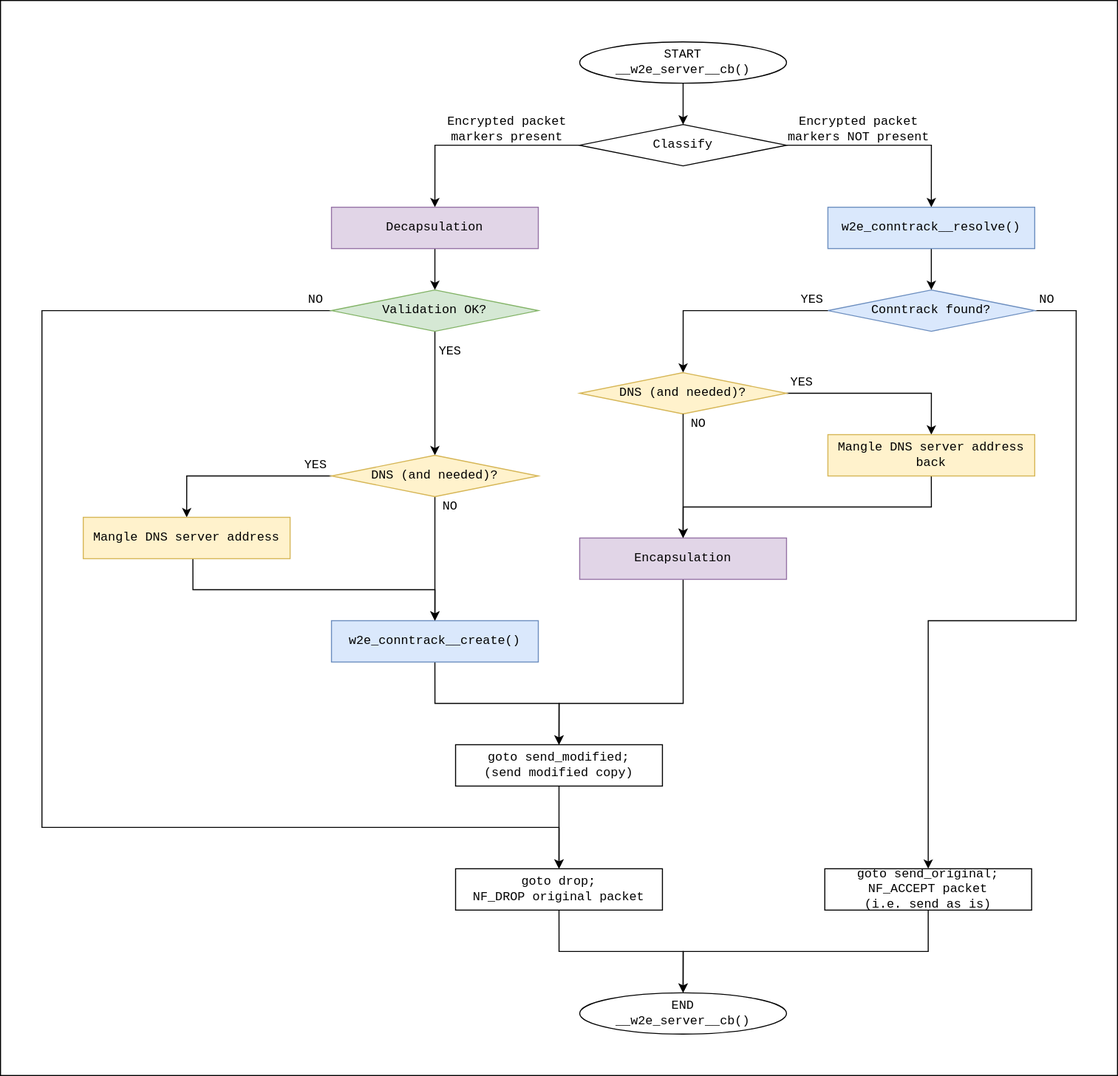
6uoMycop/W2E keeps this draw.io diagram as misc/w2e_scheme_server.svg. Above is the earlier version. Source tidied: cells renumbered, new cells last; positions are measured from the earlier drawing's top-left corner, leaving out a move shared by most shapes.
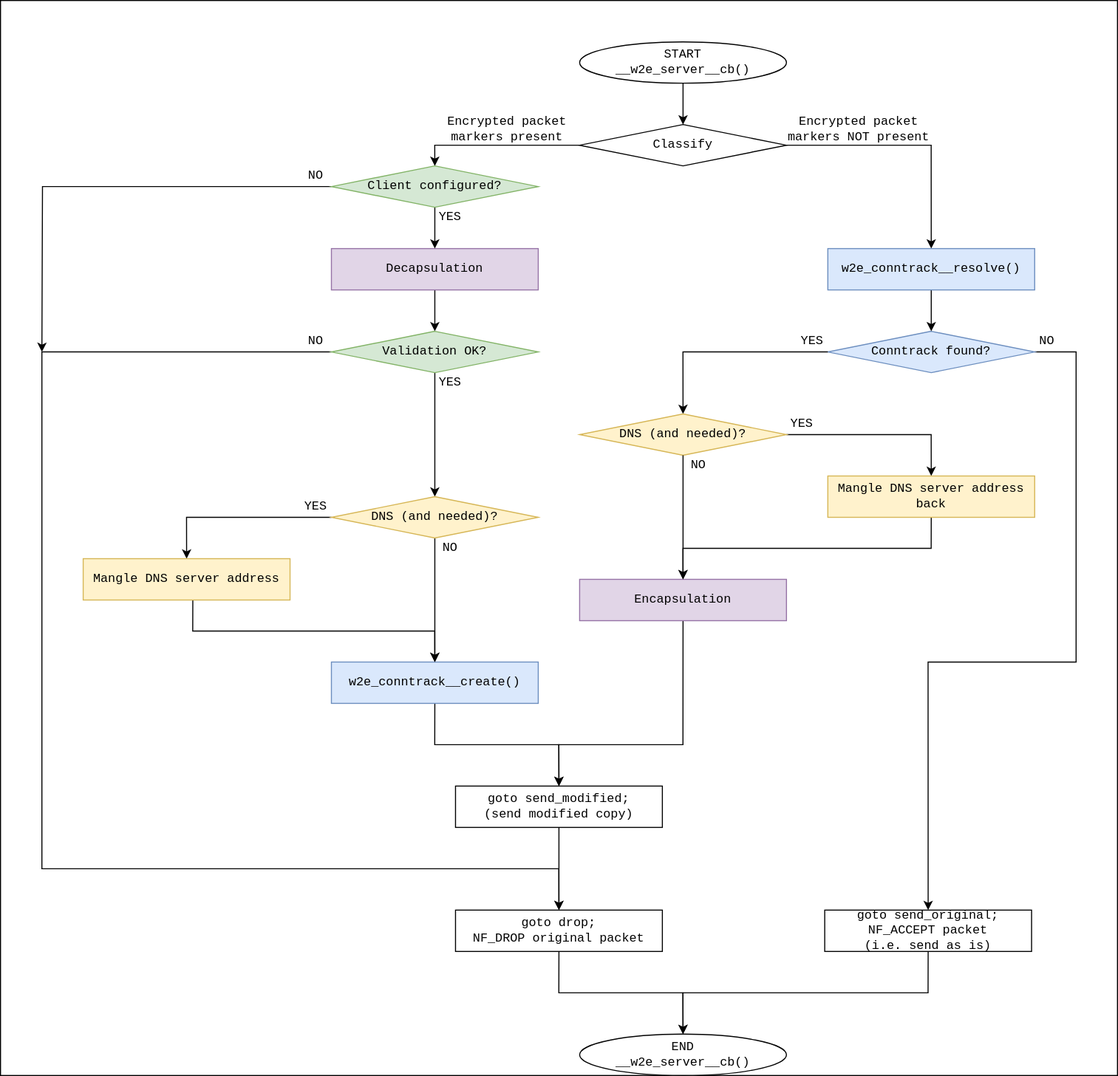
After the change.

Change to the diagram source:
```diff
@@ -2,20 +2,20 @@
   <root>
     <mxCell id="0" />
     <mxCell id="1" parent="0" />
-    <mxCell id="2" style="rounded=0;whiteSpace=wrap;html=1;fillColor=default;" parent="1" vertex="1">
-      <mxGeometry width="1080" height="1040" as="geometry" />
+    <mxCell id="2" style="rounded=0;whiteSpace=wrap;html=1;fillColor=none;" parent="1" vertex="1">
+      <mxGeometry x="0.1" y="-40" width="1080" height="1040" as="geometry" />
     </mxCell>
     <mxCell id="3" style="edgeStyle=orthogonalEdgeStyle;rounded=0;jettySize=auto;html=1;exitX=0.5;exitY=1;exitDx=0;exitDy=0;entryX=0.5;entryY=0;entryDx=0;entryDy=0;fontFamily=Courier New;fontSize=12;" parent="1" edge="1" source="29" target="6">
       <mxGeometry relative="1" as="geometry" />
     </mxCell>
-    <mxCell id="4" style="edgeStyle=orthogonalEdgeStyle;rounded=0;jettySize=auto;html=1;exitX=0;exitY=0.5;exitDx=0;exitDy=0;entryX=0.5;entryY=0;entryDx=0;entryDy=0;fontFamily=Courier New;fontSize=12;" parent="1" edge="1" source="6" target="11">
+    <mxCell id="4" style="edgeStyle=orthogonalEdgeStyle;rounded=0;jettySize=auto;html=1;exitX=0;exitY=0.5;exitDx=0;exitDy=0;entryX=0.5;entryY=0;entryDx=0;entryDy=0;fontFamily=Courier New;fontSize=12;" parent="1" edge="1" source="6" target="51">
       <mxGeometry relative="1" as="geometry" />
     </mxCell>
     <mxCell id="5" style="edgeStyle=orthogonalEdgeStyle;rounded=0;jettySize=auto;html=1;exitX=1;exitY=0.5;exitDx=0;exitDy=0;entryX=0.5;entryY=0;entryDx=0;entryDy=0;fontSize=12;fontFamily=Courier New;" parent="1" edge="1" source="6" target="19">
       <mxGeometry relative="1" as="geometry" />
     </mxCell>
     <mxCell id="6" value="Classify" style="rhombus;whiteSpace=wrap;html=1;fontFamily=Courier New;fontSize=12;" parent="1" vertex="1">
-      <mxGeometry x="560" y="120" width="200" height="40" as="geometry" />
+      <mxGeometry x="560" y="80" width="200" height="40" as="geometry" />
     </mxCell>
     <mxCell id="7" style="edgeStyle=orthogonalEdgeStyle;rounded=0;jettySize=auto;html=1;exitX=0.5;exitY=1;exitDx=0;exitDy=0;entryX=0.5;entryY=0;entryDx=0;entryDy=0;fontFamily=Courier New;fontSize=12;" parent="1" edge="1" source="8" target="30">
       <mxGeometry relative="1" as="geometry">
@@ -49,7 +49,7 @@
       <mxGeometry x="560" y="520" width="200" height="40" as="geometry" />
     </mxCell>
     <mxCell id="14" value="Encrypted packet markers present" style="text;html=1;align=center;verticalAlign=middle;whiteSpace=wrap;rounded=0;fontFamily=Courier New;fontSize=12;" parent="1" vertex="1">
-      <mxGeometry x="420" y="110" width="140" height="30" as="geometry" />
+      <mxGeometry x="420" y="70" width="140" height="30" as="geometry" />
     </mxCell>
     <mxCell id="15" style="edgeStyle=orthogonalEdgeStyle;rounded=0;jettySize=auto;html=1;exitX=1;exitY=0.5;exitDx=0;exitDy=0;fontSize=12;fontFamily=Courier New;entryX=0.5;entryY=0;entryDx=0;entryDy=0;" parent="1" edge="1" source="16" target="8">
       <mxGeometry relative="1" as="geometry">
@@ -73,7 +73,7 @@
       <mxGeometry x="800" y="200" width="200" height="40" as="geometry" />
     </mxCell>
     <mxCell id="20" value="Encrypted packet markers NOT present" style="text;html=1;align=center;verticalAlign=middle;whiteSpace=wrap;rounded=0;fontFamily=Courier New;fontSize=12;" parent="1" vertex="1">
-      <mxGeometry x="760" y="110" width="140" height="30" as="geometry" />
+      <mxGeometry x="760" y="70" width="140" height="30" as="geometry" />
     </mxCell>
     <mxCell id="21" value="NO" style="text;html=1;align=center;verticalAlign=middle;whiteSpace=wrap;rounded=0;fontSize=12;fontFamily=Courier New;" parent="1" vertex="1">
       <mxGeometry x="997" y="280" width="30" height="20" as="geometry" />
@@ -100,7 +100,7 @@
       <mxGeometry x="320" y="600" width="200" height="40" as="geometry" />
     </mxCell>
     <mxCell id="29" value="START&lt;br style=&quot;font-size: 12px;&quot;&gt;&lt;div style=&quot;font-size: 12px;&quot;&gt;__w2e_server__cb()&lt;/div&gt;" style="ellipse;whiteSpace=wrap;html=1;fontFamily=Courier New;fontSize=12;" parent="1" vertex="1">
-      <mxGeometry x="560" y="40" width="200" height="40" as="geometry" />
+      <mxGeometry x="560" width="200" height="40" as="geometry" />
     </mxCell>
     <mxCell id="30" value="END&lt;br style=&quot;font-size: 12px;&quot;&gt;&lt;div style=&quot;font-size: 12px;&quot;&gt;__w2e_server__cb()&lt;/div&gt;" style="ellipse;whiteSpace=wrap;html=1;fontFamily=Courier New;fontSize=12;" parent="1" vertex="1">
       <mxGeometry x="560" y="960" width="200" height="40" as="geometry" />
@@ -160,10 +160,27 @@
       <mxGeometry x="320" y="280" width="200" height="40" as="geometry" />
     </mxCell>
     <mxCell id="47" value="YES" style="text;html=1;align=center;verticalAlign=middle;whiteSpace=wrap;rounded=0;fontSize=12;fontFamily=Courier New;" parent="1" vertex="1">
-      <mxGeometry x="420" y="330" width="30" height="20" as="geometry" />
+      <mxGeometry x="420" y="320" width="30" height="20" as="geometry" />
     </mxCell>
     <mxCell id="48" value="NO" style="text;html=1;align=center;verticalAlign=middle;whiteSpace=wrap;rounded=0;fontSize=12;fontFamily=Courier New;" parent="1" vertex="1">
       <mxGeometry x="290" y="280" width="30" height="20" as="geometry" />
     </mxCell>
+    <mxCell id="49" style="edgeStyle=orthogonalEdgeStyle;rounded=0;jettySize=auto;html=1;exitX=0.5;exitY=1;exitDx=0;exitDy=0;entryX=0.5;entryY=0;entryDx=0;entryDy=0;" parent="1" edge="1" source="51" target="11">
+      <mxGeometry relative="1" as="geometry" />
+    </mxCell>
+    <mxCell id="50" style="edgeStyle=orthogonalEdgeStyle;rounded=0;jettySize=auto;html=1;exitX=0;exitY=0.5;exitDx=0;exitDy=0;" parent="1" edge="1" source="51">
+      <mxGeometry relative="1" as="geometry">
+        <mxPoint x="40.1" y="300" as="targetPoint" />
+      </mxGeometry>
+    </mxCell>
+    <mxCell id="51" value="Client configured?" style="rhombus;whiteSpace=wrap;html=1;fontFamily=Courier New;fontSize=12;fillColor=#d5e8d4;strokeColor=#82b366;" parent="1" vertex="1">
+      <mxGeometry x="320" y="120" width="200" height="40" as="geometry" />
+    </mxCell>
+    <mxCell id="52" value="YES" style="text;html=1;align=center;verticalAlign=middle;whiteSpace=wrap;rounded=0;fontSize=12;fontFamily=Courier New;" parent="1" vertex="1">
+      <mxGeometry x="420" y="160" width="30" height="20" as="geometry" />
+    </mxCell>
+    <mxCell id="53" value="NO" style="text;html=1;align=center;verticalAlign=middle;whiteSpace=wrap;rounded=0;fontSize=12;fontFamily=Courier New;" parent="1" vertex="1">
+      <mxGeometry x="290" y="120" width="30" height="20" as="geometry" />
+    </mxCell>
   </root>
 </mxGraphModel>
```
